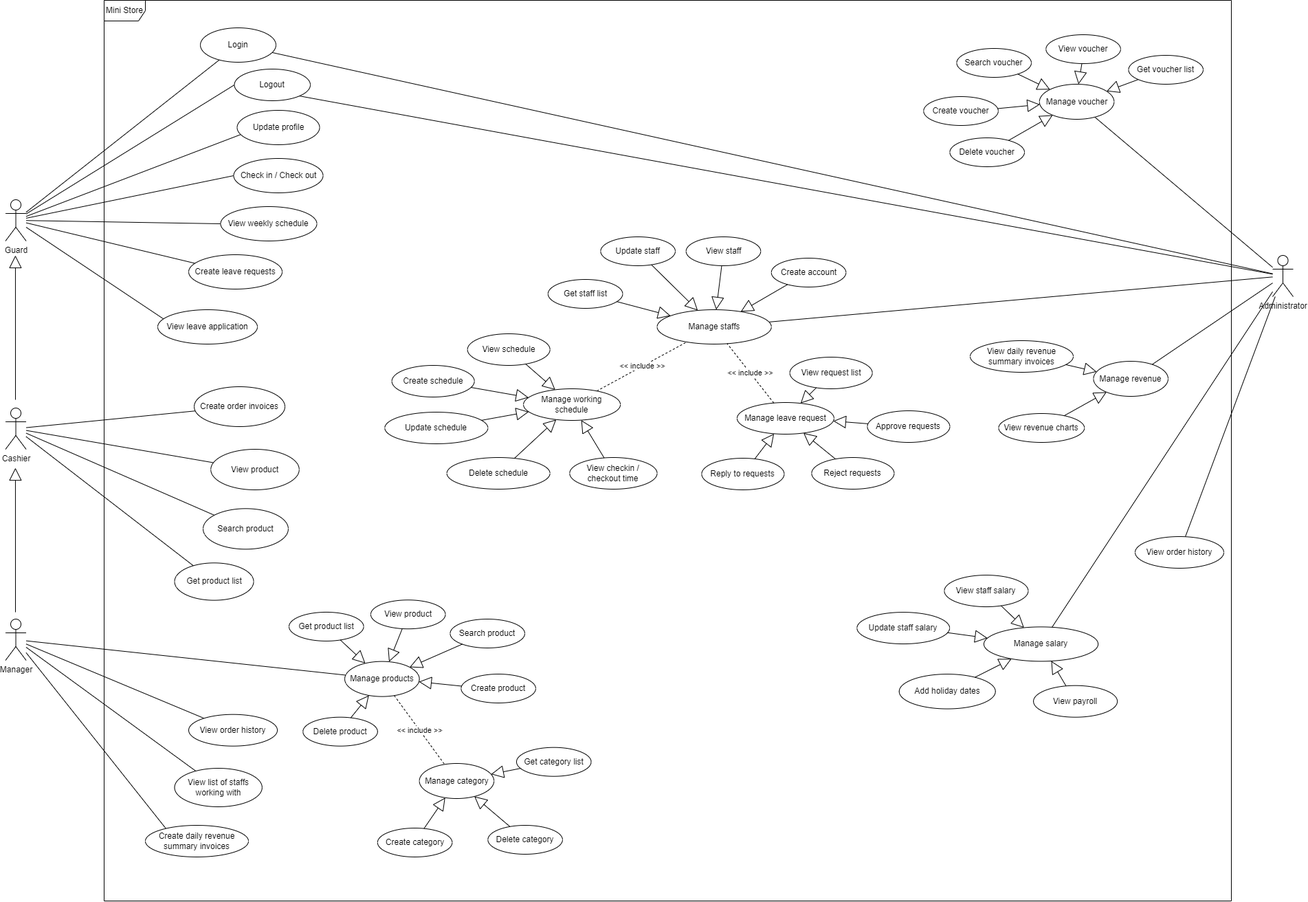
Before: diagram/usecase.png, a diagram exported from draw.io (HieuNghia0000/SWP-Team-3). Source tidied: cells renumbered, new cells last; positions are measured from the earlier drawing's top-left corner, leaving out a move shared by most shapes.
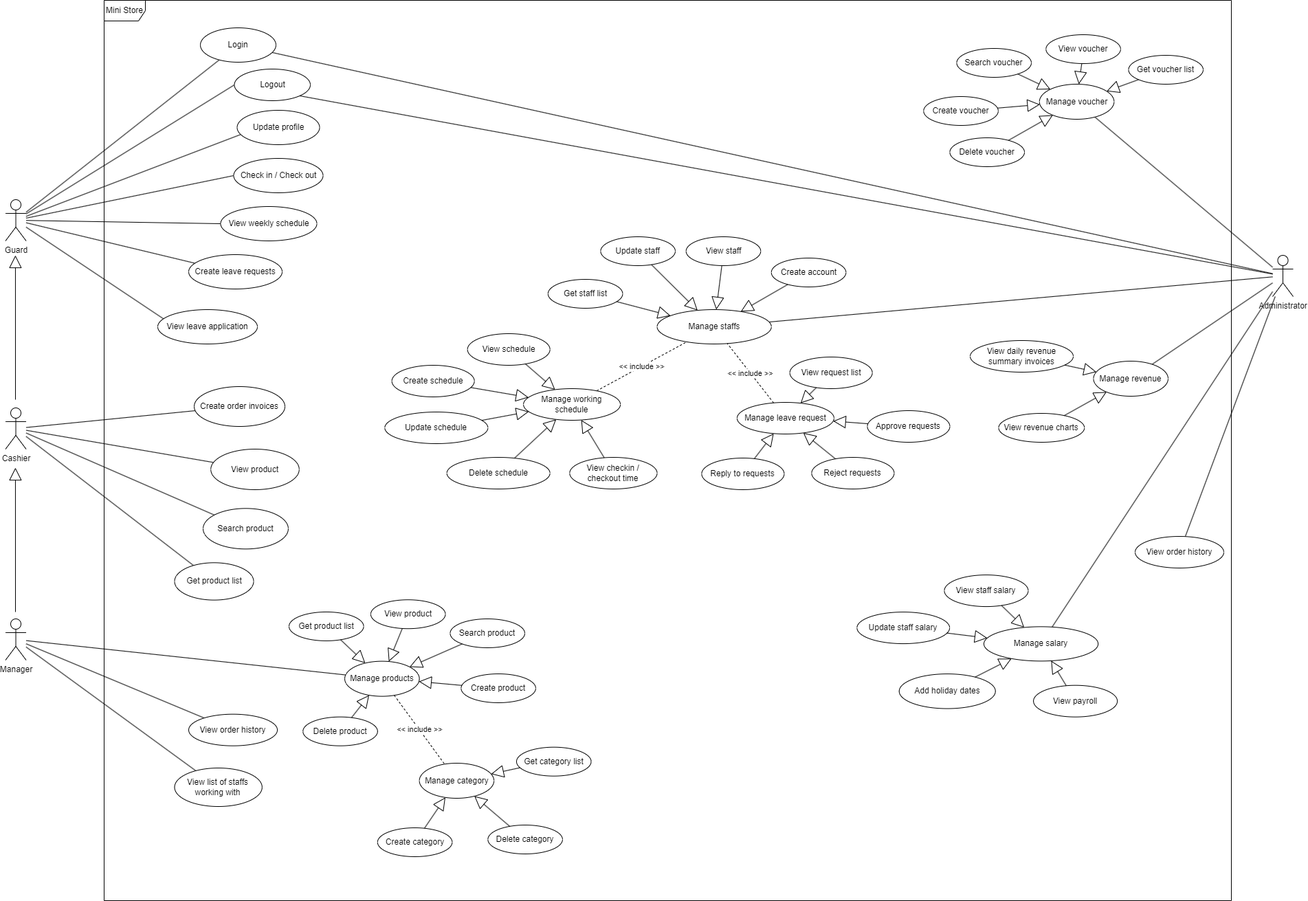
Later version of the same file.

Diff of the diagram source:
```diff
@@ -20,9 +20,6 @@
     <mxCell id="7" style="rounded=0;jettySize=auto;html=1;endArrow=none;endFill=0;" parent="1" edge="1" source="9" target="27">
       <mxGeometry relative="1" as="geometry" />
     </mxCell>
-    <mxCell id="8" style="rounded=0;jettySize=auto;html=1;entryX=0.204;entryY=0.121;entryDx=0;entryDy=0;entryPerimeter=0;endArrow=none;endFill=0;" parent="1" edge="1" source="9" target="26">
-      <mxGeometry relative="1" as="geometry" />
-    </mxCell>
     <mxCell id="9" value="Manager" style="shape=umlActor;verticalLabelPosition=bottom;verticalAlign=top;html=1;" parent="1" vertex="1">
       <mxGeometry x="-0.5" y="900" width="30" height="60" as="geometry" />
     </mxCell>
@@ -74,9 +71,6 @@
     <mxCell id="25" value="Create order invoices" style="ellipse;whiteSpace=wrap;html=1;" parent="1" vertex="1">
       <mxGeometry x="274" y="562" width="132" height="58" as="geometry" />
     </mxCell>
-    <mxCell id="26" value="Create daily revenue summary invoices" style="ellipse;whiteSpace=wrap;html=1;" parent="1" vertex="1">
-      <mxGeometry x="203" y="1200" width="150" height="46" as="geometry" />
-    </mxCell>
     <mxCell id="27" value="View order history" style="ellipse;whiteSpace=wrap;html=1;" parent="1" vertex="1">
       <mxGeometry x="266" y="1038.7" width="129" height="46" as="geometry" />
     </mxCell>
```
